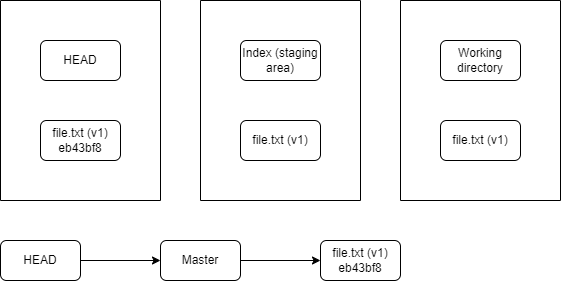
The draw.io diagram img/git/git4.png in riehseun/riehseun.github.io, before a commit. Source tidied: cells renumbered, new cells last; positions are measured from the earlier drawing's top-left corner, leaving out a move shared by most shapes.
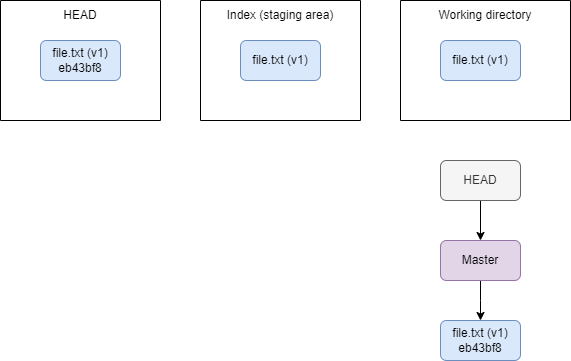
Above is the later version.

Change to the diagram source:
```diff
@@ -2,47 +2,49 @@
   <root>
     <mxCell id="0" />
     <mxCell id="1" parent="0" />
-    <mxCell id="2" value="HEAD" style="rounded=1;whiteSpace=wrap;html=1;" parent="1" vertex="1">
-      <mxGeometry x="40" y="40" width="80" height="40" as="geometry" />
-    </mxCell>
     <mxCell id="3" style="swimlane;startSize=0;" parent="1" vertex="1">
-      <mxGeometry width="160" height="200" as="geometry" />
+      <mxGeometry width="160" height="120" as="geometry" />
     </mxCell>
-    <mxCell id="4" value="file.txt (v1)&lt;div&gt;eb43bf8&lt;/div&gt;" style="rounded=1;whiteSpace=wrap;html=1;" parent="3" vertex="1">
-      <mxGeometry x="40" y="120" width="80" height="40" as="geometry" />
+    <mxCell id="4" value="file.txt (v1) eb43bf8" style="rounded=1;whiteSpace=wrap;html=1;fillColor=#dae8fc;strokeColor=#6c8ebf;" parent="3" vertex="1">
+      <mxGeometry x="40" y="40" width="80" height="40" as="geometry" />
     </mxCell>
+    <mxCell id="2" value="HEAD" style="text;html=1;align=center;verticalAlign=middle;whiteSpace=wrap;rounded=0;" parent="3" vertex="1">
+      <mxGeometry width="160" height="30" as="geometry" />
+    </mxCell>
     <mxCell id="5" style="swimlane;startSize=0;" parent="1" vertex="1">
-      <mxGeometry x="200" width="160" height="200" as="geometry" />
+      <mxGeometry x="200" width="160" height="120" as="geometry" />
     </mxCell>
+    <mxCell id="7" value="file.txt (v1&lt;span style=&quot;background-color: initial;&quot;&gt;)&lt;/span&gt;" style="rounded=1;whiteSpace=wrap;html=1;fillColor=#dae8fc;strokeColor=#6c8ebf;" parent="5" vertex="1">
+      <mxGeometry x="40" y="40" width="80" height="40" as="geometry" />
+    </mxCell>
-    <mxCell id="6" value="Index (staging area)" style="rounded=1;whiteSpace=wrap;html=1;" parent="5" vertex="1">
-      <mxGeometry x="40" y="40" width="80" height="40" as="geometry" />
+    <mxCell id="6" value="Index (staging area)" style="text;html=1;align=center;verticalAlign=middle;whiteSpace=wrap;rounded=0;" parent="5" vertex="1">
+      <mxGeometry width="160" height="30" as="geometry" />
     </mxCell>
-    <mxCell id="7" value="file.txt (v1)" style="rounded=1;whiteSpace=wrap;html=1;" parent="5" vertex="1">
-      <mxGeometry x="40" y="120" width="80" height="40" as="geometry" />
-    </mxCell>
     <mxCell id="8" style="swimlane;startSize=0;" parent="1" vertex="1">
-      <mxGeometry x="400" width="160" height="200" as="geometry" />
+      <mxGeometry x="400" width="170" height="120" as="geometry" />
     </mxCell>
+    <mxCell id="10" value="file.txt (v1)" style="rounded=1;whiteSpace=wrap;html=1;fillColor=#dae8fc;strokeColor=#6c8ebf;" parent="8" vertex="1">
+      <mxGeometry x="40" y="40" width="80" height="40" as="geometry" />
+    </mxCell>
-    <mxCell id="9" value="Working directory" style="rounded=1;whiteSpace=wrap;html=1;" parent="8" vertex="1">
-      <mxGeometry x="40" y="40" width="80" height="40" as="geometry" />
+    <mxCell id="9" value="Working directory" style="text;html=1;align=center;verticalAlign=middle;whiteSpace=wrap;rounded=0;" parent="8" vertex="1">
+      <mxGeometry width="170" height="30" as="geometry" />
     </mxCell>
-    <mxCell id="10" value="file.txt (v1)" style="rounded=1;whiteSpace=wrap;html=1;" parent="8" vertex="1">
-      <mxGeometry x="40" y="120" width="80" height="40" as="geometry" />
-    </mxCell>
-    <mxCell id="11" style="edgeStyle=orthogonalEdgeStyle;rounded=0;jettySize=auto;html=1;exitX=1;exitY=0.5;exitDx=0;exitDy=0;" parent="1" edge="1" source="12" target="14">
+    <mxCell id="11" style="edgeStyle=orthogonalEdgeStyle;rounded=0;jettySize=auto;html=1;exitX=0.5;exitY=1;exitDx=0;exitDy=0;entryX=0.5;entryY=0;entryDx=0;entryDy=0;" parent="1" edge="1" source="12" target="14">
       <mxGeometry relative="1" as="geometry" />
     </mxCell>
-    <mxCell id="12" value="HEAD" style="rounded=1;whiteSpace=wrap;html=1;" parent="1" vertex="1">
-      <mxGeometry y="240" width="80" height="40" as="geometry" />
+    <mxCell id="12" value="HEAD" style="rounded=1;whiteSpace=wrap;html=1;fillColor=#f5f5f5;fontColor=#333333;strokeColor=#666666;" parent="1" vertex="1">
+      <mxGeometry x="440" y="160" width="80" height="40" as="geometry" />
     </mxCell>
-    <mxCell id="13" style="edgeStyle=orthogonalEdgeStyle;rounded=0;jettySize=auto;html=1;exitX=1;exitY=0.5;exitDx=0;exitDy=0;entryX=0;entryY=0.5;entryDx=0;entryDy=0;" parent="1" edge="1" source="14" target="15">
-      <mxGeometry relative="1" as="geometry" />
-    </mxCell>
+    <mxCell id="16" style="edgeStyle=orthogonalEdgeStyle;rounded=0;jettySize=auto;html=1;exitX=0.5;exitY=1;exitDx=0;exitDy=0;entryX=0.5;entryY=0;entryDx=0;entryDy=0;" parent="1" edge="1" source="14">
+      <mxGeometry relative="1" as="geometry">
+        <mxPoint x="480" y="320" as="targetPoint" />
+      </mxGeometry>
+    </mxCell>
-    <mxCell id="14" value="Master" style="rounded=1;whiteSpace=wrap;html=1;" parent="1" vertex="1">
-      <mxGeometry x="160" y="240" width="80" height="40" as="geometry" />
+    <mxCell id="14" value="Master" style="rounded=1;whiteSpace=wrap;html=1;fillColor=#e1d5e7;strokeColor=#9673a6;" parent="1" vertex="1">
+      <mxGeometry x="440" y="240" width="80" height="40" as="geometry" />
     </mxCell>
-    <mxCell id="15" value="file.txt (v1)&lt;div&gt;eb43bf8&lt;/div&gt;" style="rounded=1;whiteSpace=wrap;html=1;" parent="1" vertex="1">
-      <mxGeometry x="320" y="240" width="80" height="40" as="geometry" />
+    <mxCell id="15" value="file.txt (v1)&lt;div&gt;eb43bf8&lt;/div&gt;" style="rounded=1;whiteSpace=wrap;html=1;fillColor=#dae8fc;strokeColor=#6c8ebf;" parent="1" vertex="1">
+      <mxGeometry x="440" y="320" width="80" height="40" as="geometry" />
     </mxCell>
   </root>
 </mxGraphModel>
```
